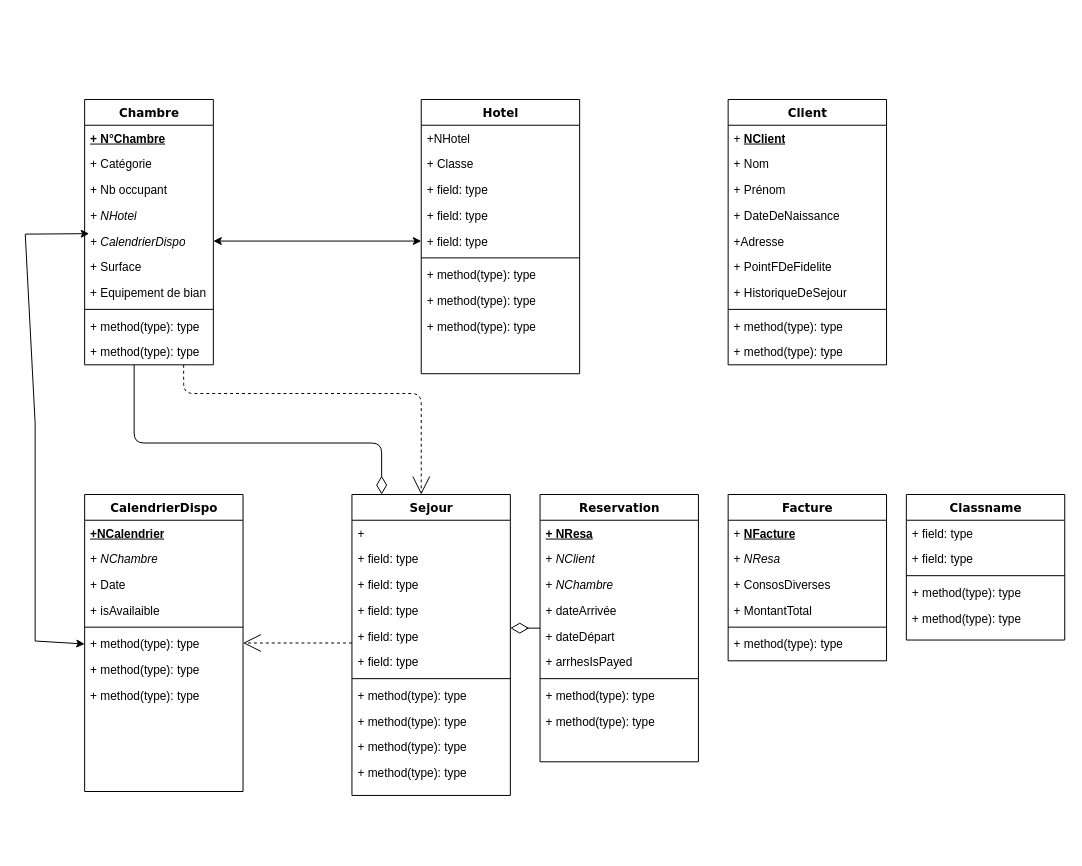
Adrien-bot/Biostat-BDD keeps this draw.io diagram as Untitled Diagram.drawio. Above is the earlier version. Source tidied: cells renumbered, new cells numbered last; positions are measured from the earlier drawing's top-left corner, leaving out a move shared by most shapes. Both pictures are drawn from the tidied source at 99%, with x=0, y=0 at pixel (25, 99).
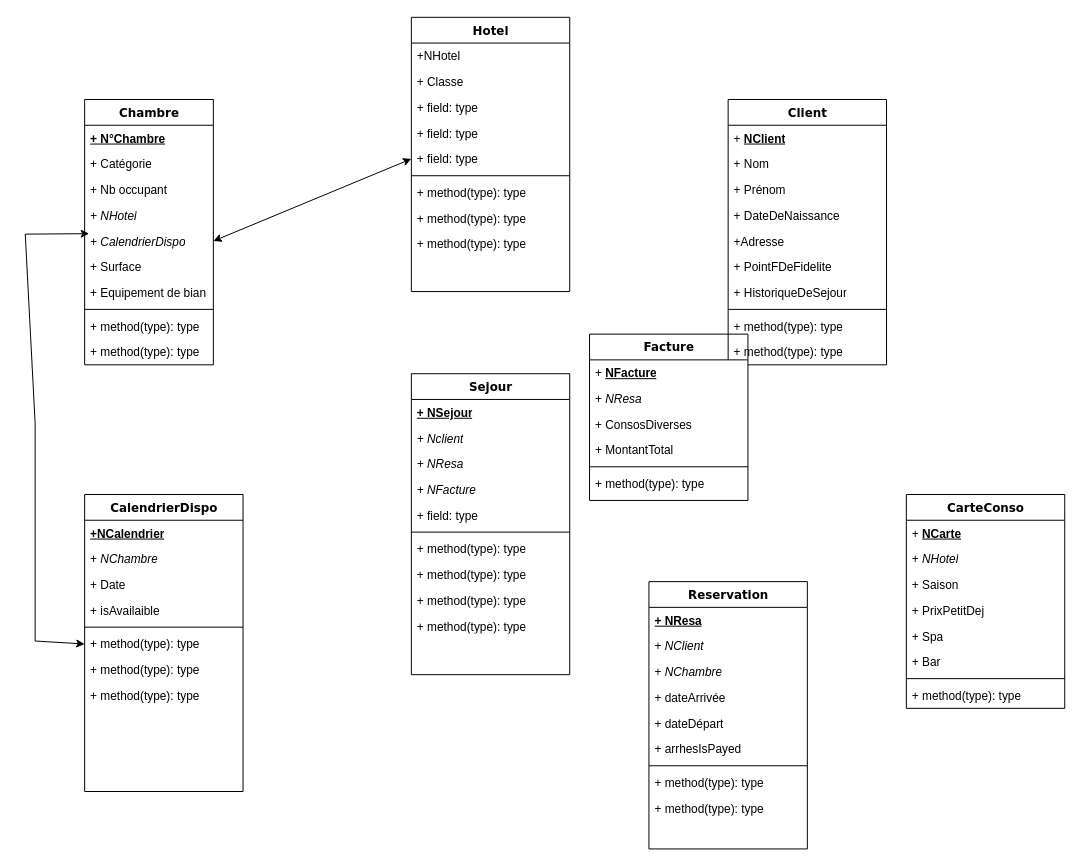
After the change.

The change refers to these unchanged cells:
```xml
<mxCell id="5" value="Chambre" style="swimlane;html=1;fontStyle=1;align=center;verticalAlign=top;horizontal=1;startSize=26;swimlaneFillColor=#ffffff;rounded=0;shadow=0;comic=0;labelBackgroundColor=none;strokeWidth=1;fillColor=none;fontFamily=Verdana;fontSize=12;" parent="1" vertex="1">
  <mxGeometry x="60" width="130" height="268" as="geometry" />
</mxCell>
<mxCell id="38" value="CalendrierDispo" style="swimlane;html=1;fontStyle=1;align=center;verticalAlign=top;horizontal=1;startSize=26;swimlaneFillColor=#ffffff;rounded=0;shadow=0;comic=0;labelBackgroundColor=none;strokeWidth=1;fillColor=none;fontFamily=Verdana;fontSize=12;" parent="1" vertex="1">
  <mxGeometry x="60" y="399" width="160" height="300" as="geometry" />
</mxCell>
```

Diff of the diagram source:
```diff
@@
-    <mxCell id="3" style="edgeStyle=orthogonalEdgeStyle;html=1;labelBackgroundColor=none;startFill=0;startSize=8;endArrow=open;endFill=0;endSize=16;fontFamily=Verdana;fontSize=12;dashed=1;" parent="1" edge="1" source="5" target="48">
-      <mxGeometry relative="1" as="geometry">
-        <Array as="points">
-          <mxPoint x="160" y="297" />
-          <mxPoint x="400" y="297" />
-        </Array>
-      </mxGeometry>
-    </mxCell>
-    <mxCell id="4" style="edgeStyle=orthogonalEdgeStyle;html=1;labelBackgroundColor=none;startFill=0;startSize=8;endArrow=diamondThin;endFill=0;endSize=16;fontFamily=Verdana;fontSize=12;" parent="1" edge="1" source="5" target="48">
-      <mxGeometry relative="1" as="geometry">
-        <Array as="points">
-          <mxPoint x="110" y="347" />
-          <mxPoint x="360" y="347" />
-        </Array>
-      </mxGeometry>
-    </mxCell>
@@
     <mxCell id="16" value="Hotel" style="swimlane;html=1;fontStyle=1;align=center;verticalAlign=top;horizontal=1;startSize=26;swimlaneFillColor=#ffffff;rounded=0;shadow=0;comic=0;labelBackgroundColor=none;strokeWidth=1;fillColor=none;fontFamily=Verdana;fontSize=12;" parent="1" vertex="1">
-      <mxGeometry x="400" width="160" height="277" as="geometry" />
+      <mxGeometry x="390" y="-83" width="160" height="277" as="geometry" />
     </mxCell>
@@
-    <mxCell id="37" style="edgeStyle=elbowEdgeStyle;html=1;labelBackgroundColor=none;startFill=0;startSize=8;endArrow=open;endFill=0;endSize=16;fontFamily=Verdana;fontSize=12;elbow=vertical;dashed=1;" parent="1" edge="1" source="48" target="38">
-      <mxGeometry relative="1" as="geometry" />
-    </mxCell>
@@
-    <mxCell id="47" style="edgeStyle=elbowEdgeStyle;html=1;labelBackgroundColor=none;startFill=0;startSize=8;endArrow=diamondThin;endFill=0;endSize=16;fontFamily=Verdana;fontSize=12;elbow=vertical;" parent="1" edge="1" source="60" target="48">
-      <mxGeometry relative="1" as="geometry" />
-    </mxCell>
     <mxCell id="48" value="Sejour" style="swimlane;html=1;fontStyle=1;align=center;verticalAlign=top;horizontal=1;startSize=26;swimlaneFillColor=#ffffff;rounded=0;shadow=0;comic=0;labelBackgroundColor=none;strokeWidth=1;fillColor=none;fontFamily=Verdana;fontSize=12;" parent="1" vertex="1">
-      <mxGeometry x="330" y="399" width="160" height="304" as="geometry" />
+      <mxGeometry x="390" y="277" width="160" height="304" as="geometry" />
     </mxCell>
-    <mxCell id="49" value="+ " style="text;html=1;strokeColor=none;fillColor=none;align=left;verticalAlign=top;spacingLeft=4;spacingRight=4;whiteSpace=wrap;overflow=hidden;" parent="48" vertex="1">
+    <mxCell id="49" value="&lt;b&gt;&lt;u&gt;+ NSejour&lt;/u&gt;&lt;/b&gt;" style="text;html=1;strokeColor=none;fillColor=none;align=left;verticalAlign=top;spacingLeft=4;spacingRight=4;whiteSpace=wrap;overflow=hidden;" parent="48" vertex="1">
       <mxGeometry y="26" width="160" height="26" as="geometry" />
     </mxCell>
-    <mxCell id="50" value="+ field: type" style="text;html=1;strokeColor=none;fillColor=none;align=left;verticalAlign=top;spacingLeft=4;spacingRight=4;whiteSpace=wrap;overflow=hidden;" parent="48" vertex="1">
+    <mxCell id="50" value="&lt;i&gt;+ Nclient&lt;/i&gt;" style="text;html=1;strokeColor=none;fillColor=none;align=left;verticalAlign=top;spacingLeft=4;spacingRight=4;whiteSpace=wrap;overflow=hidden;" parent="48" vertex="1">
       <mxGeometry y="52" width="160" height="26" as="geometry" />
     </mxCell>
-    <mxCell id="51" value="+ field: type" style="text;html=1;strokeColor=none;fillColor=none;align=left;verticalAlign=top;spacingLeft=4;spacingRight=4;whiteSpace=wrap;overflow=hidden;" parent="48" vertex="1">
+    <mxCell id="51" value="&lt;i&gt;+ NResa&lt;/i&gt;" style="text;html=1;strokeColor=none;fillColor=none;align=left;verticalAlign=top;spacingLeft=4;spacingRight=4;whiteSpace=wrap;overflow=hidden;" parent="48" vertex="1">
       <mxGeometry y="78" width="160" height="26" as="geometry" />
     </mxCell>
-    <mxCell id="52" value="+ field: type" style="text;html=1;strokeColor=none;fillColor=none;align=left;verticalAlign=top;spacingLeft=4;spacingRight=4;whiteSpace=wrap;overflow=hidden;" parent="48" vertex="1">
+    <mxCell id="52" value="&lt;i&gt;+ NFacture&lt;/i&gt;" style="text;html=1;strokeColor=none;fillColor=none;align=left;verticalAlign=top;spacingLeft=4;spacingRight=4;whiteSpace=wrap;overflow=hidden;" parent="48" vertex="1">
       <mxGeometry y="104" width="160" height="26" as="geometry" />
     </mxCell>
-    <mxCell id="53" value="+ field: type" style="text;html=1;strokeColor=none;fillColor=none;align=left;verticalAlign=top;spacingLeft=4;spacingRight=4;whiteSpace=wrap;overflow=hidden;" parent="48" vertex="1">
-      <mxGeometry y="130" width="160" height="26" as="geometry" />
-    </mxCell>
     <mxCell id="54" value="+ field: type" style="text;html=1;strokeColor=none;fillColor=none;align=left;verticalAlign=top;spacingLeft=4;spacingRight=4;whiteSpace=wrap;overflow=hidden;" parent="48" vertex="1">
-      <mxGeometry y="156" width="160" height="26" as="geometry" />
+      <mxGeometry y="130" width="160" height="26" as="geometry" />
     </mxCell>
     <mxCell id="55" style="line;html=1;strokeWidth=1;fillColor=none;align=left;verticalAlign=middle;spacingTop=-1;spacingLeft=3;spacingRight=3;labelPosition=right;" parent="48" vertex="1">
-      <mxGeometry y="182" width="160" height="8" as="geometry" />
+      <mxGeometry y="156" width="160" height="8" as="geometry" />
     </mxCell>
     <mxCell id="56" value="+ method(type): type" style="text;html=1;strokeColor=none;fillColor=none;align=left;verticalAlign=top;spacingLeft=4;spacingRight=4;whiteSpace=wrap;overflow=hidden;" parent="48" vertex="1">
-      <mxGeometry y="190" width="160" height="26" as="geometry" />
+      <mxGeometry y="164" width="160" height="26" as="geometry" />
     </mxCell>
     <mxCell id="57" value="+ method(type): type" style="text;html=1;strokeColor=none;fillColor=none;align=left;verticalAlign=top;spacingLeft=4;spacingRight=4;whiteSpace=wrap;overflow=hidden;" parent="48" vertex="1">
-      <mxGeometry y="216" width="160" height="26" as="geometry" />
+      <mxGeometry y="190" width="160" height="26" as="geometry" />
     </mxCell>
     <mxCell id="58" value="+ method(type): type" style="text;html=1;strokeColor=none;fillColor=none;align=left;verticalAlign=top;spacingLeft=4;spacingRight=4;whiteSpace=wrap;overflow=hidden;" parent="48" vertex="1">
-      <mxGeometry y="242" width="160" height="26" as="geometry" />
+      <mxGeometry y="216" width="160" height="26" as="geometry" />
     </mxCell>
     <mxCell id="59" value="+ method(type): type" style="text;html=1;strokeColor=none;fillColor=none;align=left;verticalAlign=top;spacingLeft=4;spacingRight=4;whiteSpace=wrap;overflow=hidden;" parent="48" vertex="1">
-      <mxGeometry y="268" width="160" height="26" as="geometry" />
+      <mxGeometry y="242" width="160" height="26" as="geometry" />
     </mxCell>
     <mxCell id="60" value="Reservation" style="swimlane;html=1;fontStyle=1;align=center;verticalAlign=top;horizontal=1;startSize=26;swimlaneFillColor=#ffffff;rounded=0;shadow=0;comic=0;labelBackgroundColor=none;strokeWidth=1;fillColor=none;fontFamily=Verdana;fontSize=12;" parent="1" vertex="1">
-      <mxGeometry x="520" y="399" width="160" height="270" as="geometry" />
+      <mxGeometry x="630" y="487" width="160" height="270" as="geometry" />
     </mxCell>
@@
     <mxCell id="70" value="Facture" style="swimlane;html=1;fontStyle=1;align=center;verticalAlign=top;horizontal=1;startSize=26;swimlaneFillColor=#ffffff;rounded=0;shadow=0;comic=0;labelBackgroundColor=none;strokeWidth=1;fillColor=none;fontFamily=Verdana;fontSize=12;" parent="1" vertex="1">
-      <mxGeometry x="710" y="399" width="160" height="168" as="geometry" />
+      <mxGeometry x="570" y="237" width="160" height="168" as="geometry" />
     </mxCell>
@@
-    <mxCell id="77" value="Classname" style="swimlane;html=1;fontStyle=1;align=center;verticalAlign=top;horizontal=1;startSize=26;swimlaneFillColor=#ffffff;rounded=0;shadow=0;comic=0;labelBackgroundColor=none;strokeWidth=1;fillColor=none;fontFamily=Verdana;fontSize=12;" parent="1" vertex="1">
-      <mxGeometry x="890" y="399" width="160" height="147" as="geometry" />
+    <mxCell id="77" value="CarteConso" style="swimlane;html=1;fontStyle=1;align=center;verticalAlign=top;horizontal=1;startSize=26;swimlaneFillColor=#ffffff;rounded=0;shadow=0;comic=0;labelBackgroundColor=none;strokeWidth=1;fillColor=none;fontFamily=Verdana;fontSize=12;" parent="1" vertex="1">
+      <mxGeometry x="890" y="399" width="160" height="216" as="geometry" />
     </mxCell>
-    <mxCell id="78" value="+ field: type" style="text;html=1;strokeColor=none;fillColor=none;align=left;verticalAlign=top;spacingLeft=4;spacingRight=4;whiteSpace=wrap;overflow=hidden;" parent="77" vertex="1">
+    <mxCell id="78" value="+ &lt;b&gt;&lt;u&gt;NCarte&lt;/u&gt;&lt;/b&gt;" style="text;html=1;strokeColor=none;fillColor=none;align=left;verticalAlign=top;spacingLeft=4;spacingRight=4;whiteSpace=wrap;overflow=hidden;" parent="77" vertex="1">
       <mxGeometry y="26" width="160" height="26" as="geometry" />
     </mxCell>
+    <mxCell id="85" value="+ &lt;i&gt;NHotel&lt;/i&gt;" style="text;html=1;strokeColor=none;fillColor=none;align=left;verticalAlign=top;spacingLeft=4;spacingRight=4;whiteSpace=wrap;overflow=hidden;" parent="77" vertex="1">
+      <mxGeometry y="52" width="160" height="26" as="geometry" />
+    </mxCell>
+    <mxCell id="82" value="+ Saison" style="text;html=1;strokeColor=none;fillColor=none;align=left;verticalAlign=top;spacingLeft=4;spacingRight=4;whiteSpace=wrap;overflow=hidden;" parent="77" vertex="1">
+      <mxGeometry y="78" width="160" height="26" as="geometry" />
+    </mxCell>
-    <mxCell id="79" value="+ field: type" style="text;html=1;strokeColor=none;fillColor=none;align=left;verticalAlign=top;spacingLeft=4;spacingRight=4;whiteSpace=wrap;overflow=hidden;" parent="77" vertex="1">
-      <mxGeometry y="52" width="160" height="26" as="geometry" />
+    <mxCell id="79" value="+ PrixPetitDej" style="text;html=1;strokeColor=none;fillColor=none;align=left;verticalAlign=top;spacingLeft=4;spacingRight=4;whiteSpace=wrap;overflow=hidden;" parent="77" vertex="1">
+      <mxGeometry y="104" width="160" height="26" as="geometry" />
     </mxCell>
+    <mxCell id="86" value="+ Spa" style="text;html=1;strokeColor=none;fillColor=none;align=left;verticalAlign=top;spacingLeft=4;spacingRight=4;whiteSpace=wrap;overflow=hidden;" parent="77" vertex="1">
+      <mxGeometry y="130" width="160" height="26" as="geometry" />
+    </mxCell>
+    <mxCell id="87" value="+ Bar" style="text;html=1;strokeColor=none;fillColor=none;align=left;verticalAlign=top;spacingLeft=4;spacingRight=4;whiteSpace=wrap;overflow=hidden;" parent="77" vertex="1">
+      <mxGeometry y="156" width="160" height="26" as="geometry" />
+    </mxCell>
     <mxCell id="80" style="line;html=1;strokeWidth=1;fillColor=none;align=left;verticalAlign=middle;spacingTop=-1;spacingLeft=3;spacingRight=3;labelPosition=right;" parent="77" vertex="1">
-      <mxGeometry y="78" width="160" height="8" as="geometry" />
+      <mxGeometry y="182" width="160" height="8" as="geometry" />
     </mxCell>
     <mxCell id="81" value="+ method(type): type" style="text;html=1;strokeColor=none;fillColor=none;align=left;verticalAlign=top;spacingLeft=4;spacingRight=4;whiteSpace=wrap;overflow=hidden;" parent="77" vertex="1">
-      <mxGeometry y="86" width="160" height="26" as="geometry" />
+      <mxGeometry y="190" width="160" height="26" as="geometry" />
     </mxCell>
-    <mxCell id="82" value="+ method(type): type" style="text;html=1;strokeColor=none;fillColor=none;align=left;verticalAlign=top;spacingLeft=4;spacingRight=4;whiteSpace=wrap;overflow=hidden;" parent="77" vertex="1">
-      <mxGeometry y="112" width="160" height="26" as="geometry" />
-    </mxCell>
```
